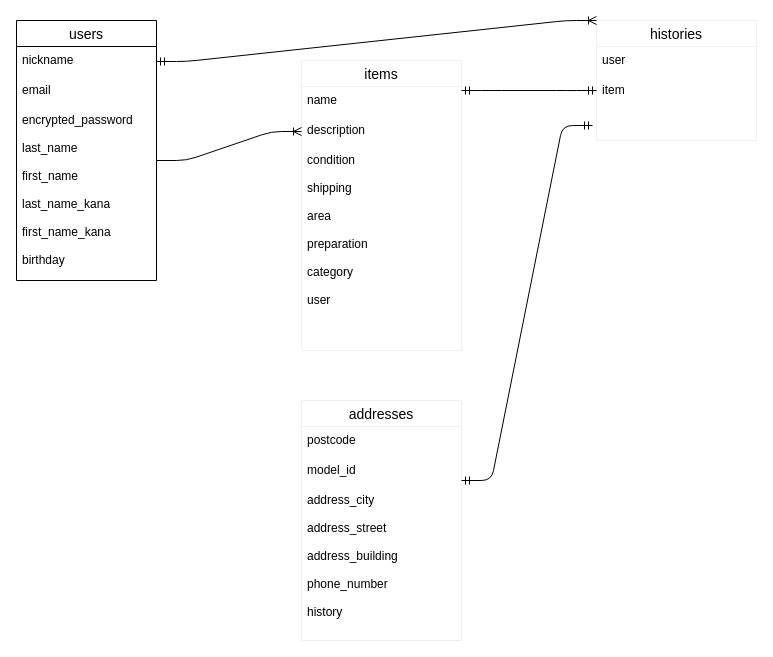
This is README.dio from iTSUKi-0425/furima-32558, a draw.io file, before an edit. Source tidied: cells renumbered, new cells numbered last; positions are measured from the earlier drawing's top-left corner, leaving out a move shared by most shapes. Both pictures are drawn from the tidied source at 100%, with x=0, y=0 at pixel (16, 20).
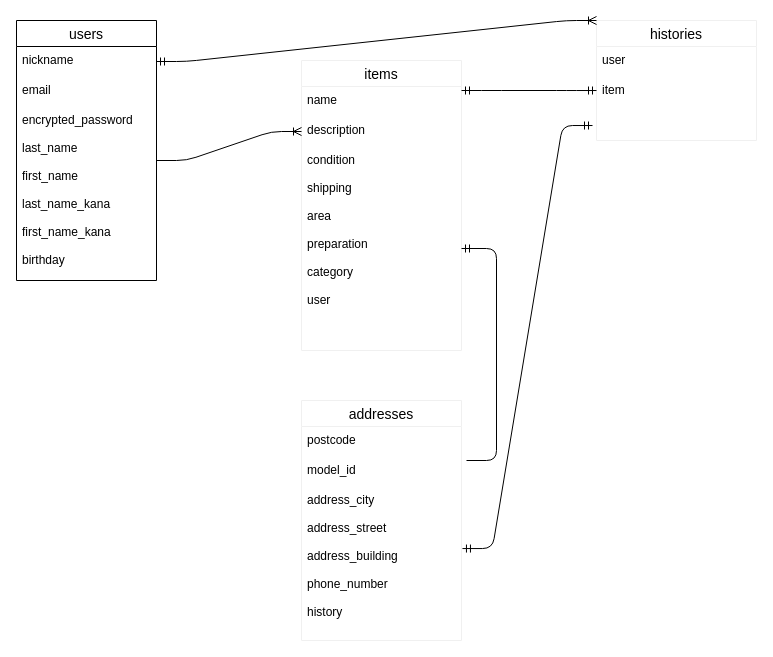
The same diagram, later.

Commit message (it also covers changes not shown here):
テーブル設計(README)pt5

The change refers to these unchanged cells:
```xml
<mxCell id="9" value="condition&#10;&#10;shipping&#10;&#10;area&#10;&#10;preparation&#10;&#10;category&#10;&#10;user&#10;&#10;&#10;" style="text;strokeColor=none;fillColor=none;spacingLeft=4;spacingRight=4;overflow=hidden;points=[[0,0.5],[1,0.5]];portConstraint=eastwest;fontSize=12;" parent="6" vertex="1">
  <mxGeometry y="86" width="160" height="204" as="geometry" />
</mxCell>
<mxCell id="12" value="item" style="text;strokeColor=none;fillColor=none;spacingLeft=4;spacingRight=4;overflow=hidden;points=[[0,0.5],[1,0.5]];portConstraint=eastwest;fontSize=12;" parent="10" vertex="1">
  <mxGeometry y="56" width="160" height="64" as="geometry" />
</mxCell>
<mxCell id="16" value="address_city&#10;&#10;address_street&#10;&#10;address_building&#10;&#10;phone_number&#10;&#10;history" style="text;strokeColor=none;fillColor=none;spacingLeft=4;spacingRight=4;overflow=hidden;points=[[0,0.5],[1,0.5]];portConstraint=eastwest;fontSize=12;" parent="13" vertex="1">
  <mxGeometry y="86" width="160" height="154" as="geometry" />
</mxCell>
```

What changed in the source:
```diff
@@
-    <mxCell id="20" style="edgeStyle=entityRelationEdgeStyle;fontSize=12;html=1;endArrow=ERmandOne;startArrow=ERmandOne;entryX=-0.025;entryY=0.766;entryDx=0;entryDy=0;entryPerimeter=0;" parent="1" edge="1" target="12">
-      <mxGeometry relative="1" as="geometry">
-        <mxPoint x="445" y="460" as="sourcePoint" />
-      </mxGeometry>
+    <mxCell id="20" style="edgeStyle=entityRelationEdgeStyle;fontSize=12;html=1;endArrow=ERmandOne;startArrow=ERmandOne;entryX=-0.025;entryY=0.766;entryDx=0;entryDy=0;entryPerimeter=0;exitX=1.006;exitY=0.403;exitDx=0;exitDy=0;exitPerimeter=0;" parent="1" edge="1" source="16" target="12">
+      <mxGeometry relative="1" as="geometry" />
     </mxCell>
+    <mxCell id="21" style="edgeStyle=entityRelationEdgeStyle;fontSize=12;html=1;endArrow=ERmandOne;targetPerimeterSpacing=21;entryX=1;entryY=0.5;entryDx=0;entryDy=0;" parent="1" edge="1" target="9">
+      <mxGeometry relative="1" as="geometry">
+        <mxPoint x="450" y="440" as="sourcePoint" />
+      </mxGeometry>
+    </mxCell>
```
